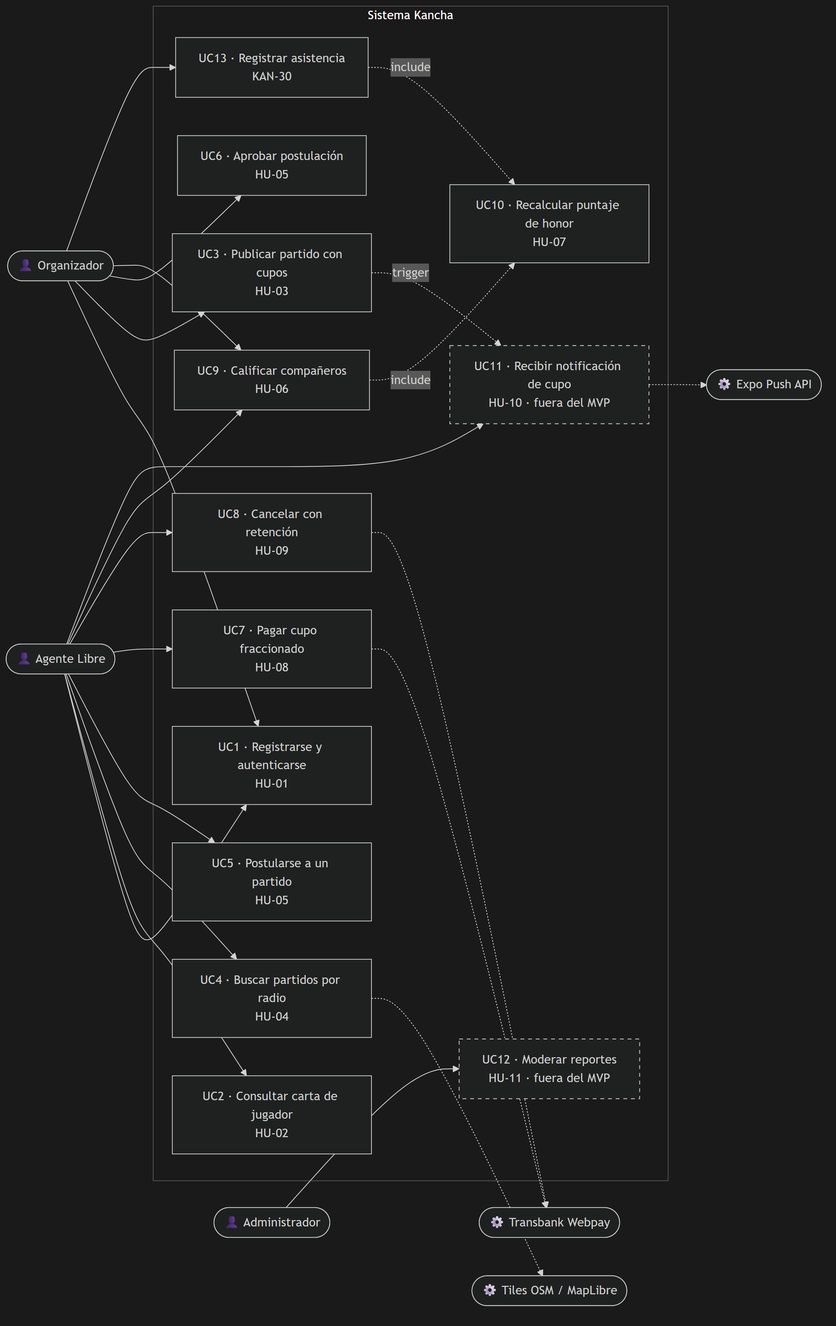
Earlier version of the Mermaid export fase-2-desarrollo/docs/diagramas/casos-de-uso.png (avenaaaa/KANCHA). Its source is kept beside it as fase-2-desarrollo/docs/diagramas/casos-de-uso.mmd.
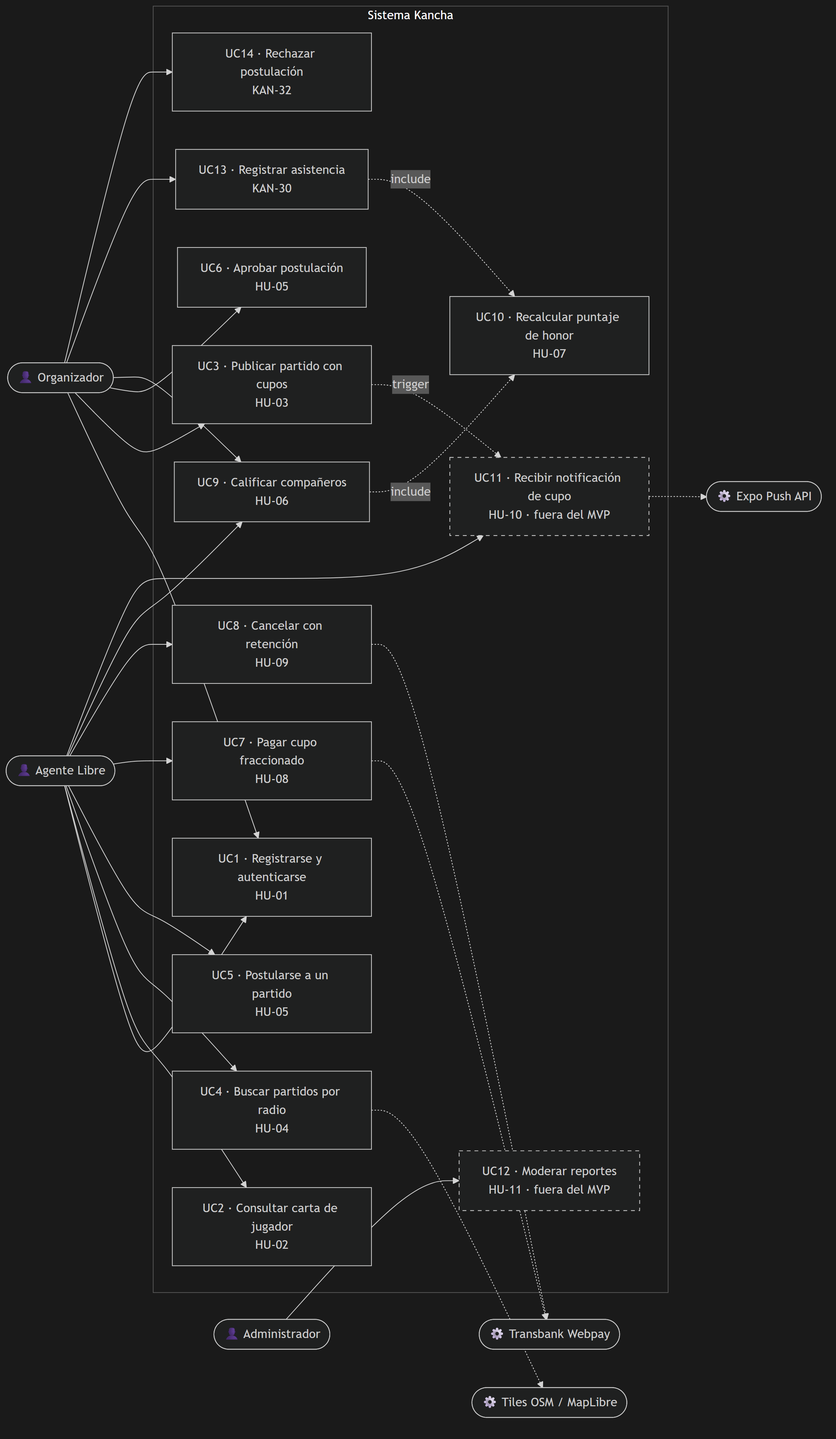
The same file after the commit.

What changed in the source:
```diff
@@ -20,10 +20,11 @@
         UC11["UC11 · Recibir notificación de cupo<br/>HU-10 · fuera del MVP"]
         UC12["UC12 · Moderar reportes<br/>HU-11 · fuera del MVP"]
         UC13["UC13 · Registrar asistencia<br/>KAN-30"]
+        UC14["UC14 · Rechazar postulación<br/>KAN-32"]
     end
 
     AL --> UC1 & UC2 & UC4 & UC5 & UC7 & UC8 & UC9 & UC11
-    OR --> UC1 & UC3 & UC6 & UC9 & UC13
+    OR --> UC1 & UC3 & UC6 & UC9 & UC13 & UC14
     AD --> UC12
 
     UC7 -.-> TBK
```
